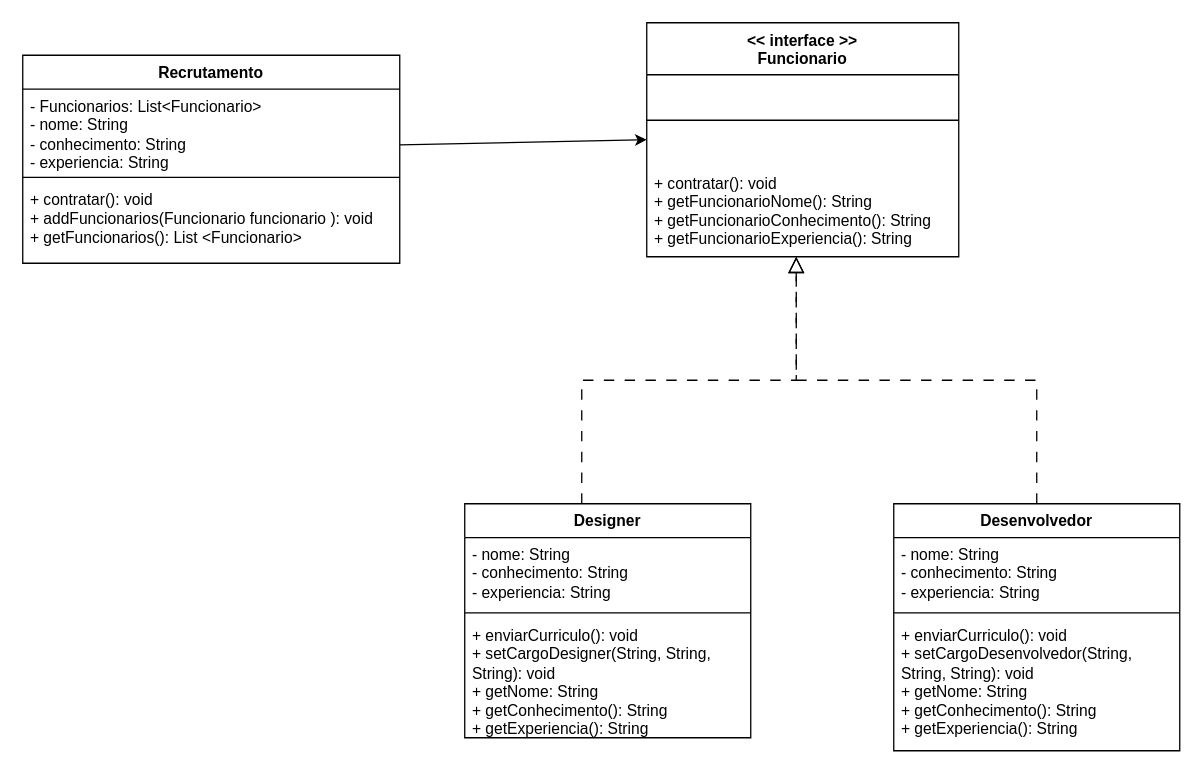
Before: Engenharia lll/Composite/DiagramaClasses/composite.drawio in NicolasPereira06/bertoti, a draw.io diagram. Source tidied: cells renumbered, new cells numbered last; positions are measured from the earlier drawing's top-left corner, leaving out a move shared by most shapes. Both pictures are drawn from the tidied source at 130%, with x=0, y=0 at pixel (22, 22).
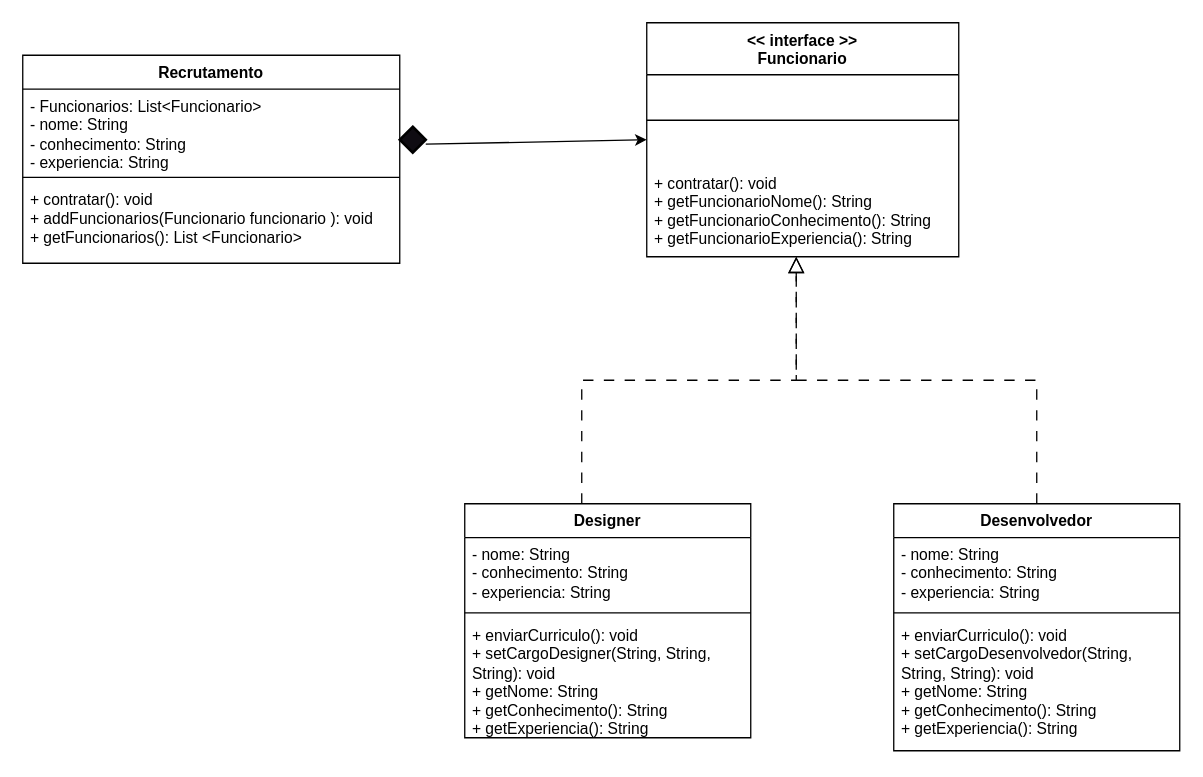
After the change.

The change refers to these unchanged cells:
```xml
<mxCell id="4" value="&amp;lt;&amp;lt; interface &amp;gt;&amp;gt;&lt;br&gt;Funcionario" style="swimlane;fontStyle=1;align=center;verticalAlign=top;horizontal=1;startSize=40;whiteSpace=wrap;html=1;" parent="1" vertex="1">
  <mxGeometry x="480" width="240" height="180" as="geometry" />
</mxCell>
<mxCell id="9" value="- Funcionarios: List&amp;lt;Funcionario&amp;gt;&lt;br&gt;- nome: String&lt;br&gt;- conhecimento: String&lt;br&gt;- experiencia: String" style="text;strokeColor=none;fillColor=none;align=left;verticalAlign=top;spacingLeft=4;spacingRight=4;overflow=hidden;points=[[0,0.5],[1,0.5]];portConstraint=eastwest;whiteSpace=wrap;html=1;" parent="8" vertex="1">
  <mxGeometry y="26" width="290" height="64" as="geometry" />
</mxCell>
```

What changed in the source:
```diff
@@
-    <mxCell id="7" style="endArrow=classic;html=1;rounded=0;entryX=0;entryY=0.5;entryDx=0;entryDy=0;exitX=1;exitY=0.672;exitDx=0;exitDy=0;exitPerimeter=0;" parent="1" edge="1" source="9" target="4">
+    <mxCell id="7" style="endArrow=classic;html=1;rounded=0;entryX=0;entryY=0.5;entryDx=0;entryDy=0;exitX=1;exitY=0.672;exitDx=0;exitDy=0;exitPerimeter=0;" parent="1" edge="1" source="20" target="4">
       <mxGeometry relative="1" as="geometry" />
     </mxCell>
@@
+    <mxCell id="20" style="strokeWidth=2;html=1;shape=mxgraph.flowchart.decision;whiteSpace=wrap;fillColor=#0F0C12;fontColor=#ffffff;strokeColor=#000000;" parent="1" vertex="1">
+      <mxGeometry x="290" y="80" width="20" height="20" as="geometry" />
+    </mxCell>
```
